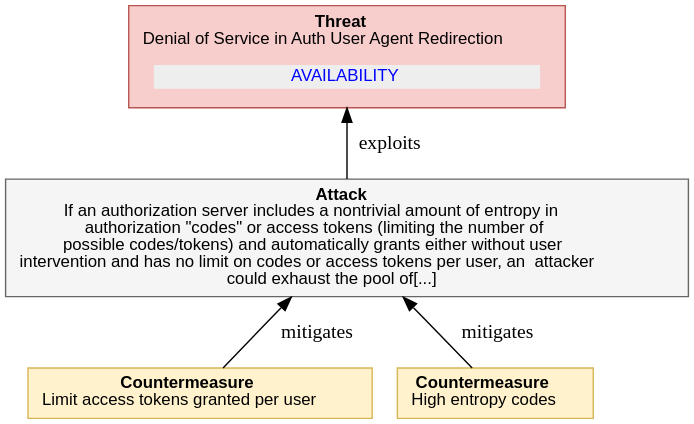
DavidCervigni/threat-models keeps this PlantUML diagram as report-examples/OAuth2/img/threatTree/4_4_1_11_DOS_TOKEN_ENTROPY.svg. Above is the earlier version. Its source is kept beside it as report-examples/OAuth2/img/threatTree/4_4_1_11_DOS_TOKEN_ENTROPY.puml. Its diagram source:
```plantuml
@startuml
digraph G {
rankdir="BT";
  node [shape=plaintext, fontname="Arial" fontsize="12"];
    "4_4_1_11_DOS_TOKEN_ENTROPY" [ fillcolor="#F8CECC", style=filled, shape=polygon, color="#B85450"
    label=
    <<table border="0" cellborder="0" cellspacing="0">
     <tr><td align="center"><b>Threat</b><br/>

Denial of Service in Auth User Agent Redirection
</td></tr>
     <tr><td><table border="0" cellborder="0" cellspacing="8"><tr>
                ret += secObj.linkedImpactMDText()
     <td align="center" href="#OAuth2.AVAILABILITY" bgcolor="#EEEEEE"><font color="blue">AVAILABILITY</font></td>
     </tr></table></td></tr>
   </table>>
   ];

"4_4_1_11_DOS_TOKEN_ENTROPY_attack" [ fillcolor="#f5f5f5", style=filled, shape=polygon, color="#666666", label =
    <<table border="0" cellborder="0" cellspacing="0">
     <tr><td align="center"><b>Attack</b><br/>

If an authorization server includes a nontrivial amount of entropy in<br/>authorization &quot;codes&quot; or access tokens (limiting the number of<br/>possible codes/tokens) and automatically grants either without user<br/>intervention and has no limit on codes or access tokens per user, an  attacker<br/>could exhaust the pool of[...]
</td></tr>
   </table>>
    ]

"4_4_1_11_DOS_TOKEN_ENTROPY_attack" -> "4_4_1_11_DOS_TOKEN_ENTROPY"  [label = " exploits"]

    "4_4_1_11_DOS_TOKEN_ENTROPY_countermeasure0" [
       fillcolor="#FFF2CC", style=filled, shape=polygon, color="#D6B656", label =
    <<table border="0" cellborder="0" cellspacing="0">
     <tr><td align="left"><b>Countermeasure</b><br/>

Limit access tokens granted per user
</td></tr>
   </table>>
   ]

     "4_4_1_11_DOS_TOKEN_ENTROPY_countermeasure0" -> "4_4_1_11_DOS_TOKEN_ENTROPY_attack" [label = " mitigates"]

    "4_4_1_11_DOS_TOKEN_ENTROPY_countermeasure1" [
       fillcolor="#FFF2CC", style=filled, shape=polygon, color="#D6B656", label =
    <<table border="0" cellborder="0" cellspacing="0">
     <tr><td align="left"><b>Countermeasure</b><br/>

High entropy codes
</td></tr>
   </table>>
   ]

     "4_4_1_11_DOS_TOKEN_ENTROPY_countermeasure1" -> "4_4_1_11_DOS_TOKEN_ENTROPY_attack" [label = " mitigates"]

}
@enduml
```
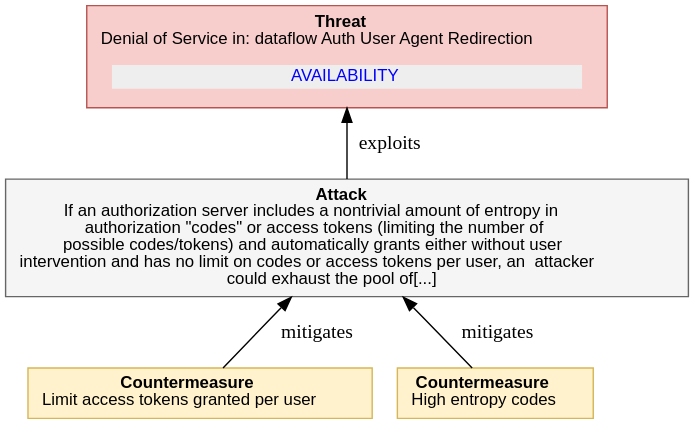
After the commit.

What changed in the source:
```diff
@@ -7,7 +7,7 @@
     <<table border="0" cellborder="0" cellspacing="0">
      <tr><td align="center"><b>Threat</b><br/>
 
-Denial of Service in Auth User Agent Redirection
+Denial of Service in: dataflow Auth User Agent Redirection
 </td></tr>
      <tr><td><table border="0" cellborder="0" cellspacing="8"><tr>
                 ret += secObj.linkedImpactMDText()
```
